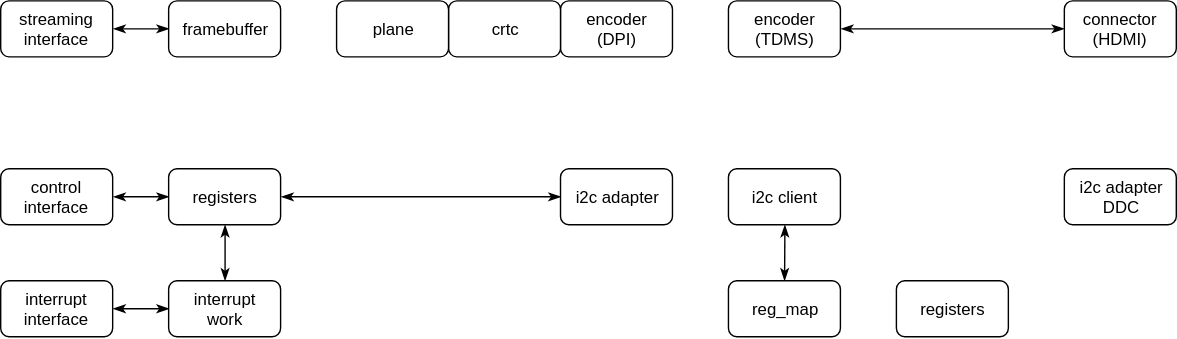
This is fl2000.svg from klogg/fl2000_drm, a draw.io export, as it was before one commit. Source tidied: cells renumbered, new cells last; positions are measured from the earlier drawing's top-left corner, leaving out a move shared by most shapes.
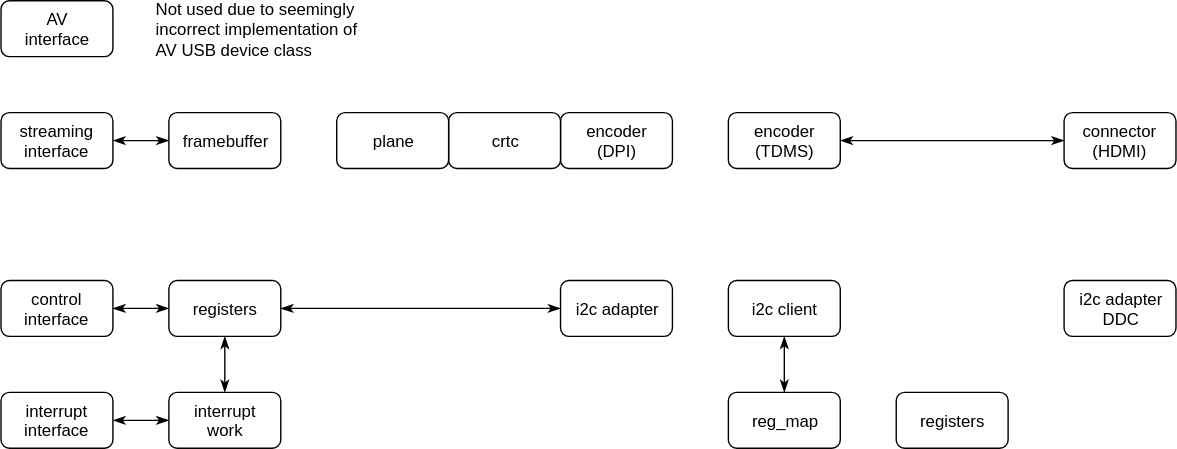
The same file after the commit.

Commit message:
Diagram: added info about unused AV interface

What changed in the source:
```diff
@@ -1,4 +1,4 @@
-<mxGraphModel background="#ffffff">
+<mxGraphModel>
   <root>
     <mxCell id="0" />
     <mxCell id="1" parent="0" />
@@ -71,5 +71,11 @@
     <mxCell id="24" value="registers" style="rounded=1;whiteSpace=wrap;html=1;" parent="1" vertex="1">
       <mxGeometry x="640" y="200" width="80" height="40" as="geometry" />
     </mxCell>
+    <mxCell id="25" value="AV&lt;br&gt;interface&lt;br&gt;" style="rounded=1;whiteSpace=wrap;html=1;" parent="1" vertex="1">
+      <mxGeometry y="-80" width="80" height="40" as="geometry" />
+    </mxCell>
+    <mxCell id="26" value="&lt;div style=&quot;text-align: left&quot;&gt;&lt;span&gt;Not used due to seemingly incorrect implementation of AV USB device class&lt;/span&gt;&lt;/div&gt;" style="text;html=1;strokeColor=none;fillColor=none;align=center;verticalAlign=middle;whiteSpace=wrap;rounded=0;" parent="1" vertex="1">
+      <mxGeometry x="110" y="-80" width="160" height="40" as="geometry" />
+    </mxCell>
   </root>
 </mxGraphModel>
```
